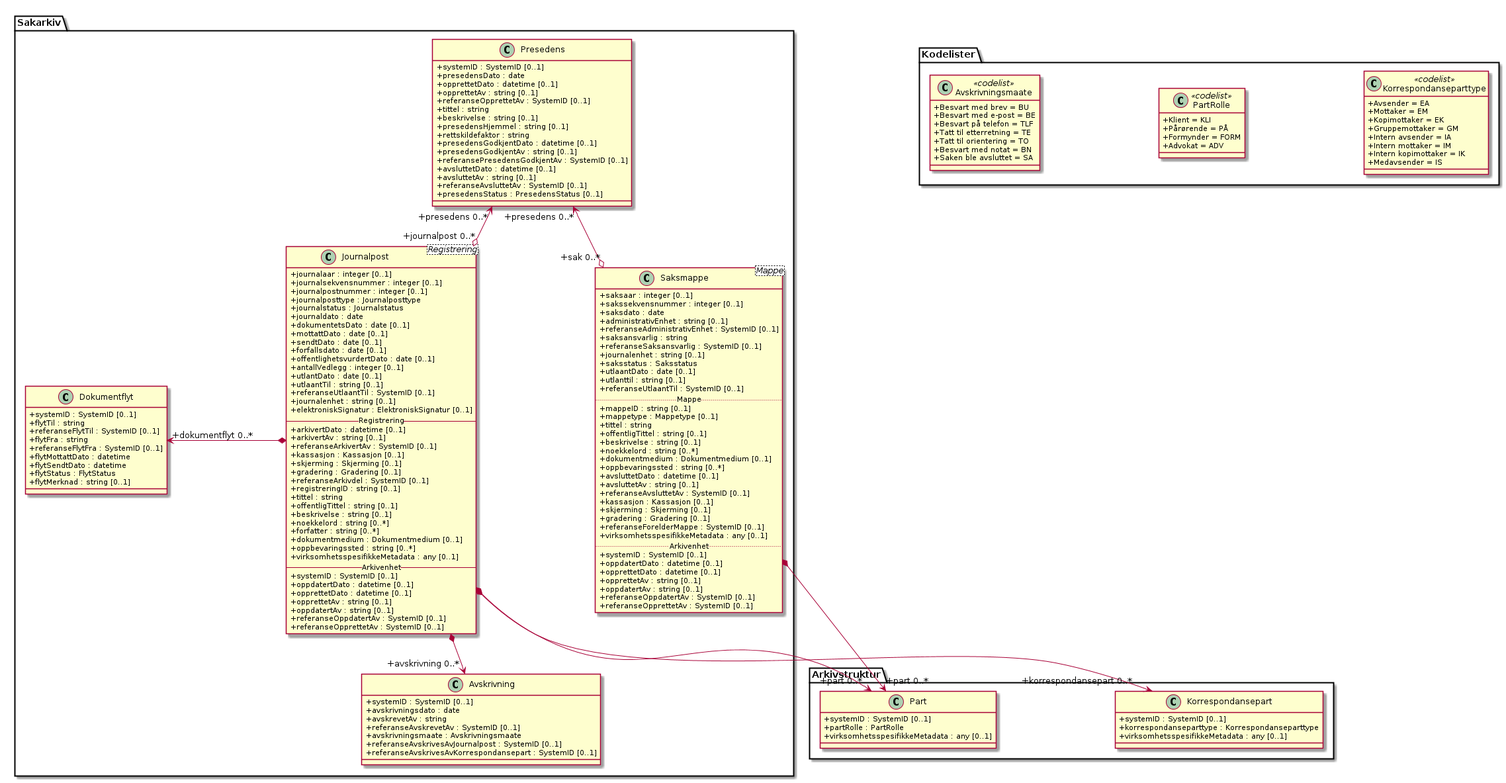
The PlantUML diagram kapitler/media/uml-klasse-saksbehandling.png in arkivverket/noark5-tjenestegrensesnitt-standard, before a commit.
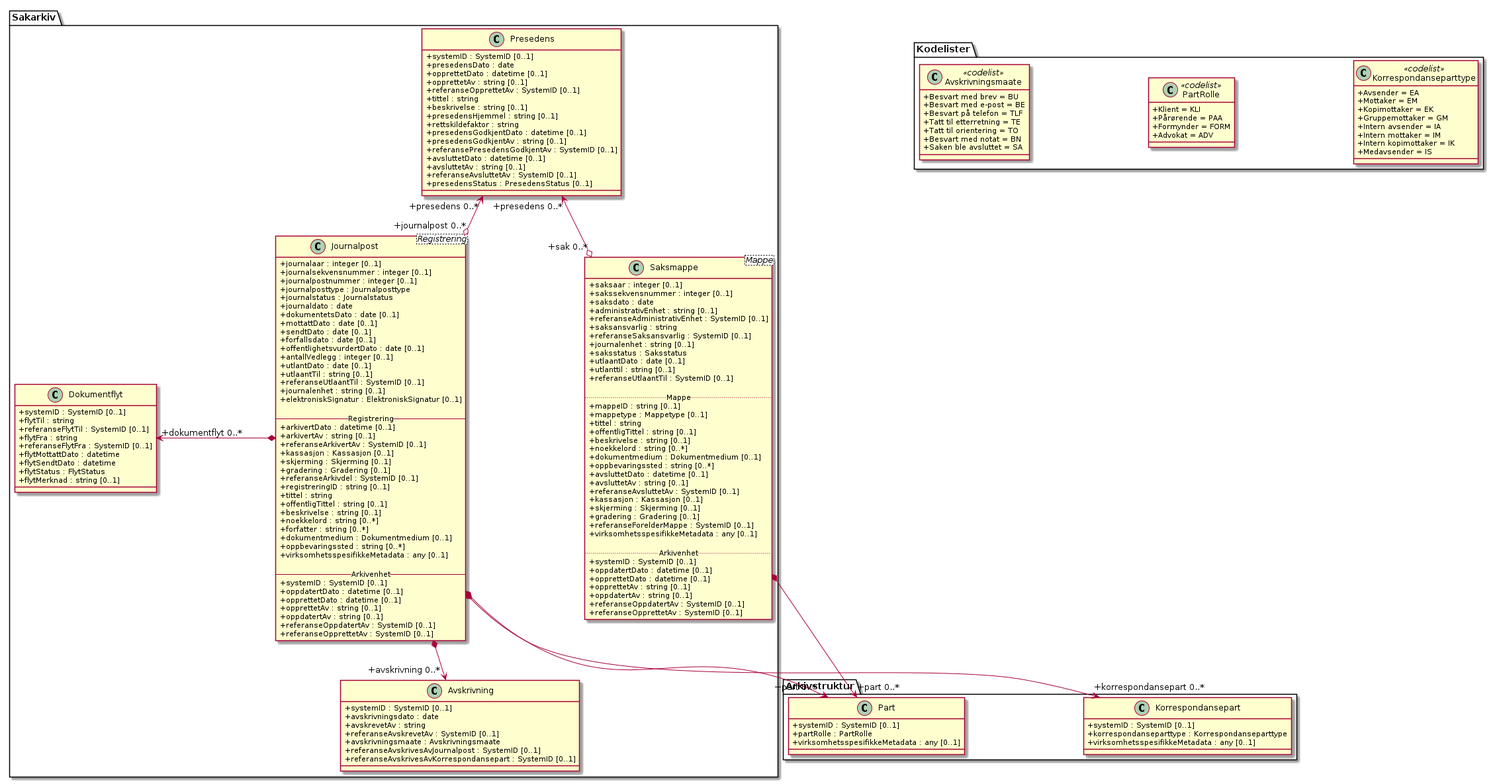
The same file after the commit.

Diff of the diagram source:
```diff
@@ -68,7 +68,7 @@
 }
 class Kodelister.PartRolle <<codelist>> {
   +Klient = KLI
-  +Pårørende = PÅ
+  +Pårørende = PAA
   +Formynder = FORM
   +Advokat = ADV
 }
```
